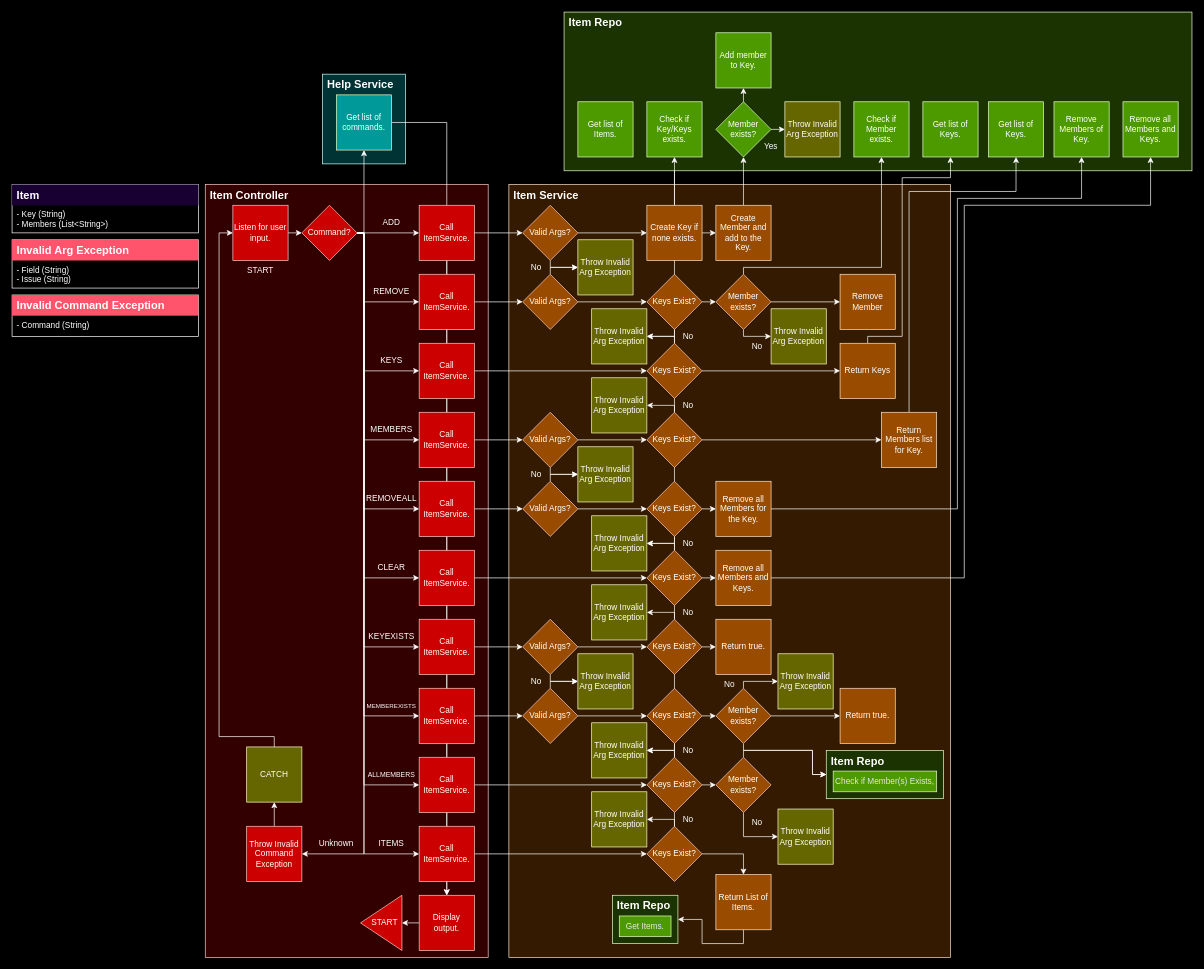
Before: Documentation/Saves/Items.drawio in drake-pamplin/ItemDemo, a draw.io diagram. Source tidied: cells renumbered, new cells numbered last; positions are measured from the earlier drawing's top-left corner, leaving out a move shared by most shapes. Both pictures are drawn from the tidied source at 69%, with x=0, y=0 at pixel (12, 12).
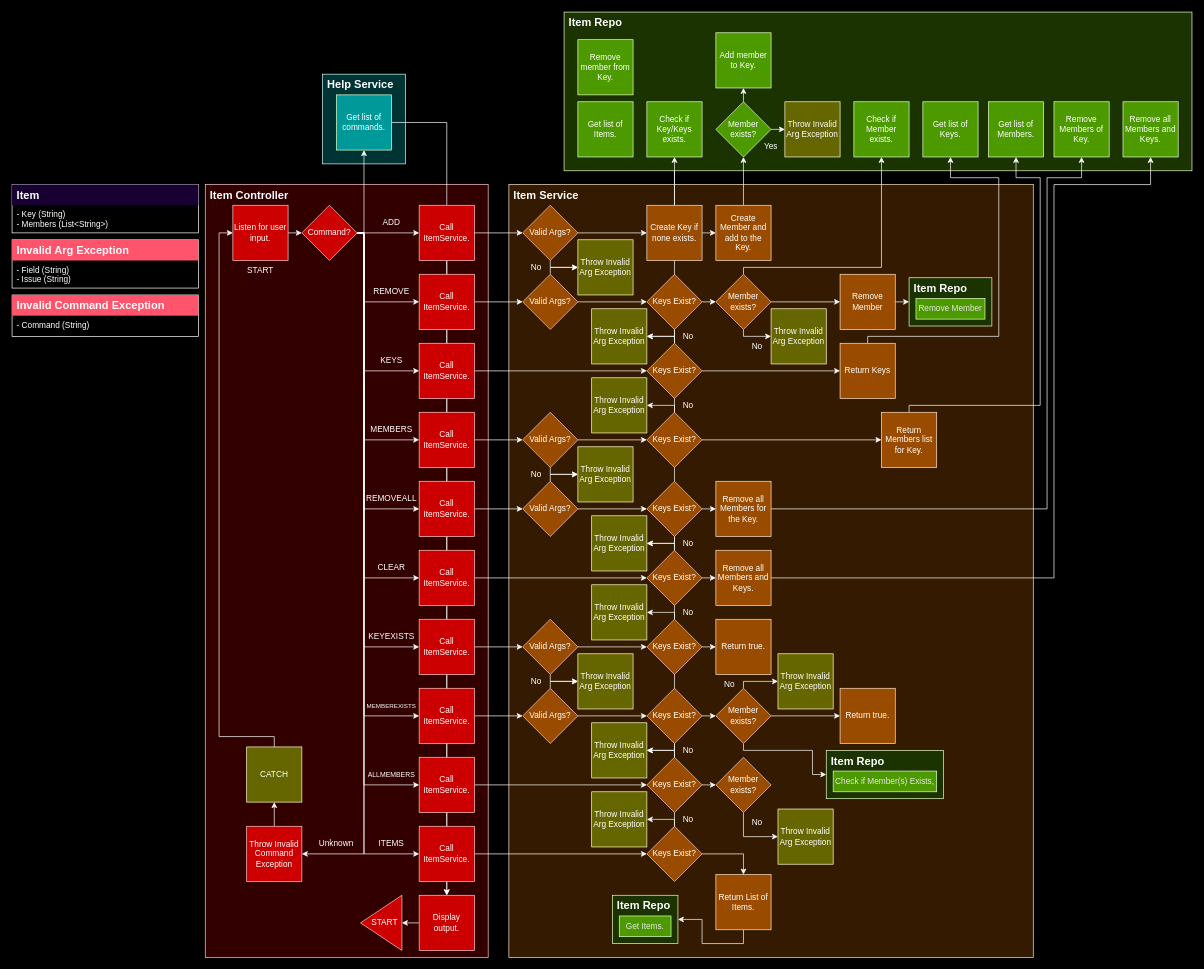
After the change.

Commit message (it also covers changes not shown here):
chore: added member functions for the item repository, VO's, and exception

Unchanged cells that the change refers to:
```xml
<mxCell id="148" value="&lt;font color=&quot;#ffffff&quot;&gt;Remove Member&lt;br&gt;&lt;/font&gt;" style="whiteSpace=wrap;html=1;fillColor=#994C00;strokeColor=#FFE6CC;" parent="1" vertex="1">
  <mxGeometry x="1200" y="380" width="80" height="80" as="geometry" />
</mxCell>
<mxCell id="150" value="&lt;font color=&quot;#ffffff&quot;&gt;Return Keys&lt;br&gt;&lt;/font&gt;" style="whiteSpace=wrap;html=1;fillColor=#994C00;strokeColor=#FFE6CC;" parent="1" vertex="1">
  <mxGeometry x="1200" y="480" width="80" height="80" as="geometry" />
</mxCell>
<mxCell id="151" value="&lt;font color=&quot;#ffffff&quot;&gt;Get list of Keys.&lt;/font&gt;" style="whiteSpace=wrap;html=1;fillColor=#4D9900;strokeColor=#E6FFCC;" parent="1" vertex="1">
  <mxGeometry x="1320" y="130" width="80" height="80" as="geometry" />
</mxCell>
<mxCell id="153" value="&lt;font color=&quot;#ffffff&quot;&gt;Return Members list for Key.&lt;br&gt;&lt;/font&gt;" style="whiteSpace=wrap;html=1;fillColor=#994C00;strokeColor=#FFE6CC;" parent="1" vertex="1">
  <mxGeometry x="1260" y="580" width="80" height="80" as="geometry" />
</mxCell>
<mxCell id="156" value="&lt;font color=&quot;#ffffff&quot;&gt;Remove all Members for the Key.&lt;br&gt;&lt;/font&gt;" style="whiteSpace=wrap;html=1;fillColor=#994C00;strokeColor=#FFE6CC;" parent="1" vertex="1">
  <mxGeometry x="1020" y="680" width="80" height="80" as="geometry" />
</mxCell>
<mxCell id="157" value="&lt;font color=&quot;#ffffff&quot;&gt;Remove Members of Key.&lt;/font&gt;" style="whiteSpace=wrap;html=1;fillColor=#4D9900;strokeColor=#E6FFCC;" parent="1" vertex="1">
  <mxGeometry x="1510" y="130" width="80" height="80" as="geometry" />
</mxCell>
<mxCell id="159" value="&lt;font color=&quot;#ffffff&quot;&gt;Remove all Members and Keys.&lt;br&gt;&lt;/font&gt;" style="whiteSpace=wrap;html=1;fillColor=#994C00;strokeColor=#FFE6CC;" parent="1" vertex="1">
  <mxGeometry x="1020" y="780" width="80" height="80" as="geometry" />
</mxCell>
<mxCell id="160" value="&lt;font color=&quot;#ffffff&quot;&gt;Remove all Members and Keys.&lt;/font&gt;" style="whiteSpace=wrap;html=1;fillColor=#4D9900;strokeColor=#E6FFCC;" parent="1" vertex="1">
  <mxGeometry x="1610" y="130" width="80" height="80" as="geometry" />
</mxCell>
<mxCell id="169" style="rounded=0;whiteSpace=wrap;html=1;fillColor=#1A3300;strokeColor=#E6FFCC;" parent="1" vertex="1">
  <mxGeometry x="1180" y="1070" width="170" height="70" as="geometry" />
</mxCell>
<mxCell id="174" value="&lt;font color=&quot;#ffffff&quot;&gt;Member exists?&lt;/font&gt;" style="rhombus;whiteSpace=wrap;html=1;fillColor=#994C00;strokeColor=#FFCCCC;" parent="1" vertex="1">
  <mxGeometry x="1020" y="1080" width="80" height="80" as="geometry" />
</mxCell>
```

What changed in the source:
```diff
@@
     <mxCell id="5" value="&amp;nbsp; &amp;nbsp; &amp;nbsp; &amp;nbsp; &amp;nbsp; &amp;nbsp; &amp;nbsp; &amp;nbsp; &amp;nbsp; &amp;nbsp; &amp;nbsp; &amp;nbsp; &amp;nbsp; &amp;nbsp; &amp;nbsp; &amp;nbsp; &amp;nbsp; &amp;nbsp; &amp;nbsp; &amp;nbsp; &amp;nbsp; &amp;nbsp; &amp;nbsp; &amp;nbsp; &amp;nbsp; &amp;nbsp; &amp;nbsp;" style="rounded=0;whiteSpace=wrap;html=1;fillColor=#331A00;strokeColor=#FFE6CC;" parent="1" vertex="1">
-      <mxGeometry x="720" y="250" width="640" height="1120" as="geometry" />
+      <mxGeometry x="720" y="250" width="760" height="1120" as="geometry" />
     </mxCell>
@@
+    <mxCell id="195" style="edgeStyle=orthogonalEdgeStyle;rounded=0;jettySize=auto;html=1;exitX=1;exitY=0.5;exitDx=0;exitDy=0;entryX=0;entryY=0.5;entryDx=0;entryDy=0;strokeColor=#FFFFFF;" parent="1" edge="1" source="148" target="197">
+      <mxGeometry relative="1" as="geometry" />
+    </mxCell>
@@
     <mxCell id="149" style="edgeStyle=orthogonalEdgeStyle;rounded=0;jettySize=auto;html=1;exitX=0.5;exitY=0;exitDx=0;exitDy=0;entryX=0.5;entryY=1;entryDx=0;entryDy=0;strokeColor=#FFFFFF;" parent="1" edge="1" source="150" target="151">
       <mxGeometry relative="1" as="geometry">
         <Array as="points">
           <mxPoint x="1240" y="470" />
-          <mxPoint x="1290" y="470" />
-          <mxPoint x="1290" y="240" />
+          <mxPoint x="1430" y="470" />
+          <mxPoint x="1430" y="240" />
           <mxPoint x="1360" y="240" />
         </Array>
       </mxGeometry>
     </mxCell>
@@
     <mxCell id="152" style="edgeStyle=orthogonalEdgeStyle;rounded=0;jettySize=auto;html=1;exitX=0.5;exitY=0;exitDx=0;exitDy=0;entryX=0.5;entryY=1;entryDx=0;entryDy=0;strokeColor=#FFFFFF;" parent="1" edge="1" source="153" target="154">
       <mxGeometry relative="1" as="geometry">
         <Array as="points">
-          <mxPoint x="1300" y="260" />
-          <mxPoint x="1455" y="260" />
+          <mxPoint x="1300" y="570" />
+          <mxPoint x="1490" y="570" />
+          <mxPoint x="1490" y="240" />
+          <mxPoint x="1455" y="240" />
         </Array>
       </mxGeometry>
     </mxCell>
@@
-    <mxCell id="154" value="&lt;font color=&quot;#ffffff&quot;&gt;Get list of Keys.&lt;/font&gt;" style="whiteSpace=wrap;html=1;fillColor=#4D9900;strokeColor=#E6FFCC;" parent="1" vertex="1">
+    <mxCell id="154" value="&lt;font color=&quot;#ffffff&quot;&gt;Get list of Members.&lt;/font&gt;" style="whiteSpace=wrap;html=1;fillColor=#4D9900;strokeColor=#E6FFCC;" parent="1" vertex="1">
       <mxGeometry x="1415" y="130" width="80" height="80" as="geometry" />
     </mxCell>
     <mxCell id="155" style="edgeStyle=orthogonalEdgeStyle;rounded=0;jettySize=auto;html=1;exitX=1;exitY=0.5;exitDx=0;exitDy=0;entryX=0.5;entryY=1;entryDx=0;entryDy=0;strokeColor=#FFFFFF;" parent="1" edge="1" source="156" target="157">
       <mxGeometry relative="1" as="geometry">
         <Array as="points">
-          <mxPoint x="1370" y="720" />
-          <mxPoint x="1370" y="270" />
-          <mxPoint x="1550" y="270" />
+          <mxPoint x="1500" y="720" />
+          <mxPoint x="1500" y="240" />
+          <mxPoint x="1550" y="240" />
         </Array>
       </mxGeometry>
     </mxCell>
@@
     <mxCell id="158" style="edgeStyle=orthogonalEdgeStyle;rounded=0;jettySize=auto;html=1;exitX=1;exitY=0.5;exitDx=0;exitDy=0;entryX=0.5;entryY=1;entryDx=0;entryDy=0;strokeColor=#FFFFFF;" parent="1" edge="1" source="159" target="160">
       <mxGeometry relative="1" as="geometry">
         <Array as="points">
-          <mxPoint x="1380" y="820" />
-          <mxPoint x="1380" y="280" />
-          <mxPoint x="1650" y="280" />
+          <mxPoint x="1510" y="820" />
+          <mxPoint x="1510" y="250" />
+          <mxPoint x="1650" y="250" />
         </Array>
       </mxGeometry>
     </mxCell>
@@
-    <mxCell id="172" style="edgeStyle=orthogonalEdgeStyle;rounded=0;jettySize=auto;html=1;exitX=0.5;exitY=0;exitDx=0;exitDy=0;entryX=0;entryY=0.5;entryDx=0;entryDy=0;strokeColor=#FFFFFF;" parent="1" edge="1" source="174" target="169">
-      <mxGeometry relative="1" as="geometry">
-        <Array as="points">
-          <mxPoint x="1060" y="1070" />
-          <mxPoint x="1160" y="1070" />
-          <mxPoint x="1160" y="1105" />
-        </Array>
-      </mxGeometry>
-    </mxCell>
@@
+    <mxCell id="196" value="&lt;font color=&quot;#ffffff&quot;&gt;Remove member from Key.&lt;/font&gt;" style="whiteSpace=wrap;html=1;fillColor=#4D9900;strokeColor=#E6FFCC;" parent="1" vertex="1">
+      <mxGeometry x="820" y="40" width="80" height="80" as="geometry" />
+    </mxCell>
+    <mxCell id="197" style="rounded=0;whiteSpace=wrap;html=1;fillColor=#1A3300;strokeColor=#E6FFCC;" parent="1" vertex="1">
+      <mxGeometry x="1300" y="385" width="120" height="70" as="geometry" />
+    </mxCell>
+    <mxCell id="198" value="Item Repo" style="text;html=1;strokeColor=none;fillColor=none;align=left;verticalAlign=middle;whiteSpace=wrap;rounded=0;fontColor=#FFFFFF;fontStyle=1;spacingLeft=5;fontSize=16;" parent="1" vertex="1">
+      <mxGeometry x="1300" y="385" width="110" height="30" as="geometry" />
+    </mxCell>
+    <mxCell id="199" value="&lt;font color=&quot;#e6e6e6&quot;&gt;Remove Member&lt;/font&gt;" style="rounded=0;whiteSpace=wrap;html=1;fillColor=#4D9900;strokeColor=#E6FFCC;" parent="1" vertex="1">
+      <mxGeometry x="1310" y="415" width="100" height="30" as="geometry" />
+    </mxCell>
```
